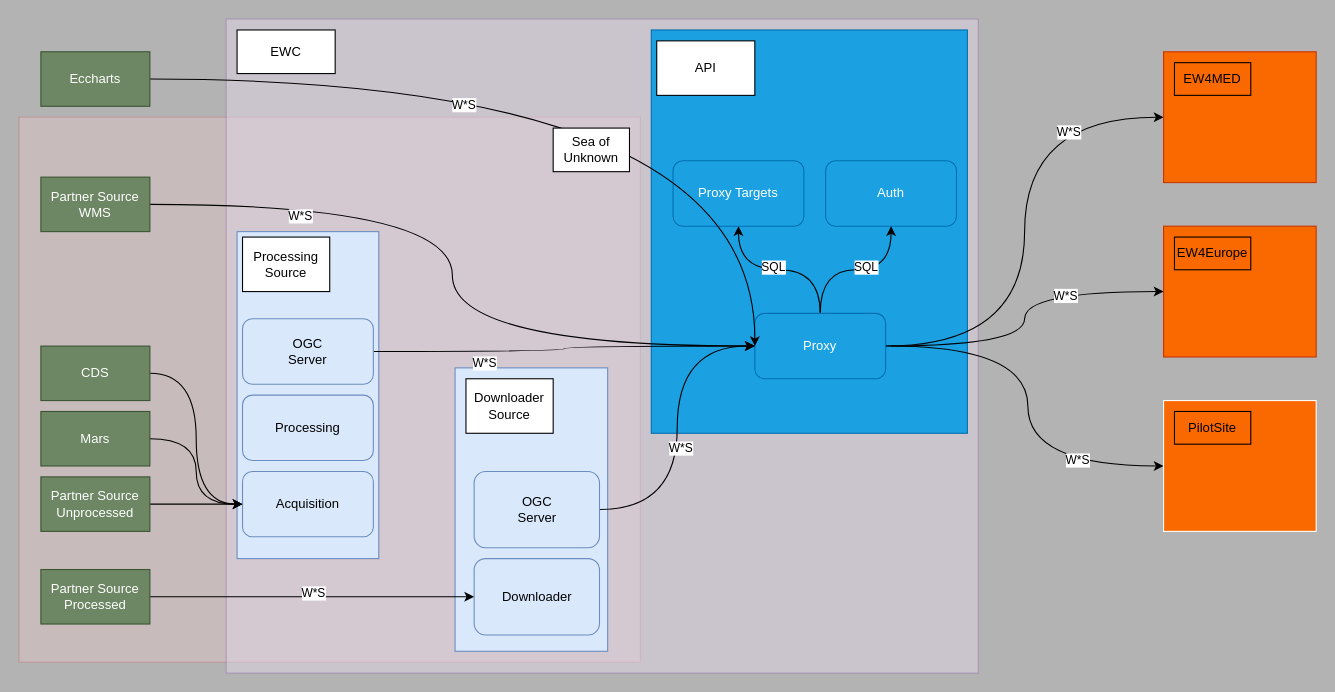
ec-snee/draw-io keeps this draw.io diagram as gobeyond-api.drawio. Above is the earlier version. Source tidied: cells renumbered, new cells numbered last; positions are measured from the earlier drawing's top-left corner, leaving out a move shared by most shapes. Both pictures are drawn from the tidied source at 109%, with x=0, y=0 at pixel (19, 19).
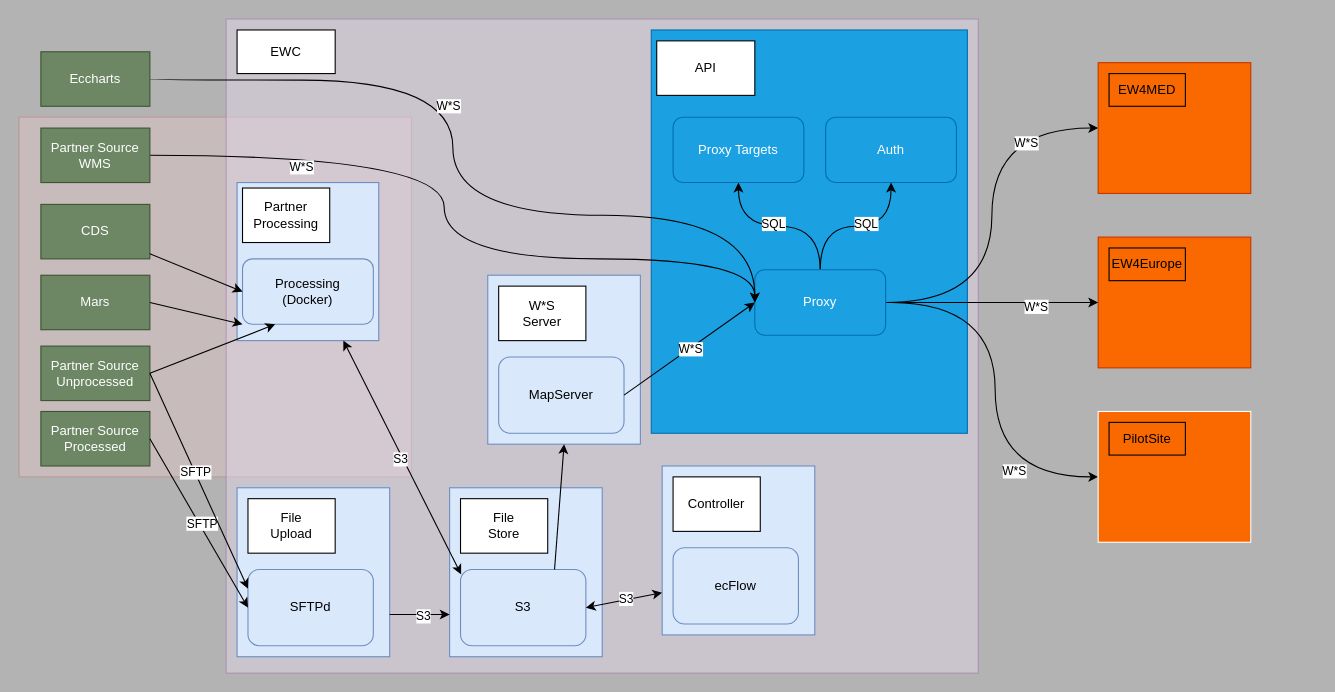
Above is the later version.

Diff of the diagram source:
```diff
@@
     <mxCell id="2" style="rounded=0;whiteSpace=wrap;html=1;opacity=30;fillColor=#f8cecc;strokeColor=#b85450;" parent="1" vertex="1">
-      <mxGeometry y="90" width="570" height="500" as="geometry" />
+      <mxGeometry y="90" width="360" height="330" as="geometry" />
     </mxCell>
@@
     <mxCell id="9" style="rounded=0;whiteSpace=wrap;html=1;fillColor=#fa6800;fontColor=#000000;strokeColor=#C73500;" parent="1" vertex="1">
-      <mxGeometry x="1050" y="30" width="140" height="120" as="geometry" />
+      <mxGeometry x="990" y="40" width="140" height="120" as="geometry" />
     </mxCell>
     <mxCell id="10" value="EW4MED" style="rounded=0;whiteSpace=wrap;html=1;fillColor=#fa6800;fontColor=#000000;strokeColor=#000000;" parent="1" vertex="1">
-      <mxGeometry x="1060" y="40" width="70" height="30" as="geometry" />
+      <mxGeometry x="1000" y="50" width="70" height="30" as="geometry" />
     </mxCell>
     <mxCell id="11" style="rounded=0;whiteSpace=wrap;html=1;fillColor=#fa6800;fontColor=#000000;strokeColor=#C73500;" parent="1" vertex="1">
-      <mxGeometry x="1050" y="190" width="140" height="120" as="geometry" />
+      <mxGeometry x="990" y="200" width="140" height="120" as="geometry" />
     </mxCell>
     <mxCell id="12" value="EW4Europe" style="rounded=0;whiteSpace=wrap;html=1;fillColor=#fa6800;fontColor=#000000;strokeColor=#000000;" parent="1" vertex="1">
-      <mxGeometry x="1060" y="200" width="70" height="30" as="geometry" />
+      <mxGeometry x="1000" y="210" width="70" height="30" as="geometry" />
     </mxCell>
     <mxCell id="13" style="edgeStyle=orthogonalEdgeStyle;rounded=0;jettySize=auto;html=1;entryX=0;entryY=0.5;entryDx=0;entryDy=0;curved=1;" parent="1" edge="1" target="15">
       <mxGeometry relative="1" as="geometry">
-        <mxPoint x="800" y="300" as="sourcePoint" />
+        <mxPoint x="800" y="260" as="sourcePoint" />
       </mxGeometry>
     </mxCell>
@@
     <mxCell id="15" style="rounded=0;whiteSpace=wrap;html=1;fillColor=#fa6800;fontColor=#000000;strokeColor=#FFFFFF;" parent="1" vertex="1">
-      <mxGeometry x="1050" y="350" width="140" height="120" as="geometry" />
+      <mxGeometry x="990" y="360" width="140" height="120" as="geometry" />
     </mxCell>
     <mxCell id="16" value="PilotSite" style="rounded=0;whiteSpace=wrap;html=1;fillColor=#fa6800;fontColor=#000000;strokeColor=#000000;" parent="1" vertex="1">
-      <mxGeometry x="1060" y="360" width="70" height="30" as="geometry" />
+      <mxGeometry x="1000" y="370" width="70" height="30" as="geometry" />
     </mxCell>
@@
     <mxCell id="19" value="Proxy Targets" style="rounded=1;whiteSpace=wrap;html=1;fillColor=#1ba1e2;fontColor=#ffffff;strokeColor=#006EAF;" parent="1" vertex="1">
-      <mxGeometry x="600" y="130" width="120" height="60" as="geometry" />
+      <mxGeometry x="600" y="90" width="120" height="60" as="geometry" />
     </mxCell>
     <mxCell id="20" value="Auth" style="rounded=1;whiteSpace=wrap;html=1;fillColor=#1ba1e2;fontColor=#ffffff;strokeColor=#006EAF;" parent="1" vertex="1">
-      <mxGeometry x="740" y="130" width="120" height="60" as="geometry" />
+      <mxGeometry x="740" y="90" width="120" height="60" as="geometry" />
     </mxCell>
@@
     <mxCell id="25" value="Proxy" style="rounded=1;whiteSpace=wrap;html=1;fillColor=#1ba1e2;fontColor=#ffffff;strokeColor=#006EAF;" parent="1" vertex="1">
-      <mxGeometry x="675" y="270" width="120" height="60" as="geometry" />
+      <mxGeometry x="675" y="230" width="120" height="60" as="geometry" />
     </mxCell>
     <mxCell id="26" style="rounded=0;whiteSpace=wrap;html=1;fillColor=#dae8fc;strokeColor=#6c8ebf;" parent="1" vertex="1">
-      <mxGeometry x="400" y="320" width="140" height="260" as="geometry" />
+      <mxGeometry x="395" y="430" width="140" height="155" as="geometry" />
     </mxCell>
-    <mxCell id="27" value="Downloader&lt;br&gt;Source" style="rounded=0;whiteSpace=wrap;html=1;" parent="1" vertex="1">
-      <mxGeometry x="410" y="330" width="80" height="50" as="geometry" />
+    <mxCell id="27" value="File&lt;br&gt;Store" style="rounded=0;whiteSpace=wrap;html=1;" parent="1" vertex="1">
+      <mxGeometry x="405" y="440" width="80" height="50" as="geometry" />
     </mxCell>
     <mxCell id="28" style="rounded=0;whiteSpace=wrap;html=1;fillColor=#dae8fc;strokeColor=#6c8ebf;" parent="1" vertex="1">
-      <mxGeometry x="200" y="195" width="130" height="300" as="geometry" />
+      <mxGeometry x="200" y="150" width="130" height="145" as="geometry" />
     </mxCell>
-    <mxCell id="29" style="edgeStyle=orthogonalEdgeStyle;rounded=0;jettySize=auto;html=1;exitX=1;exitY=0.5;exitDx=0;exitDy=0;entryX=0;entryY=0.5;entryDx=0;entryDy=0;curved=1;" parent="1" edge="1" source="31" target="25">
-      <mxGeometry relative="1" as="geometry" />
-    </mxCell>
-    <mxCell id="30" value="W*S" style="edgeLabel;html=1;align=center;verticalAlign=middle;" parent="29" vertex="1">
-      <mxGeometry x="-0.12" y="-2" relative="1" as="geometry">
-        <mxPoint x="1" y="1" as="offset" />
-      </mxGeometry>
-    </mxCell>
-    <mxCell id="31" value="OGC&lt;div&gt;Server&lt;/div&gt;" style="rounded=1;whiteSpace=wrap;html=1;fillColor=#dae8fc;strokeColor=#6c8ebf;" parent="1" vertex="1">
-      <mxGeometry x="417.5" y="415" width="115" height="70" as="geometry" />
+    <mxCell id="31" value="S3" style="rounded=1;whiteSpace=wrap;html=1;fillColor=#dae8fc;strokeColor=#6c8ebf;" parent="1" vertex="1">
+      <mxGeometry x="405" y="505" width="115" height="70" as="geometry" />
     </mxCell>
-    <mxCell id="32" value="Downloader" style="rounded=1;whiteSpace=wrap;html=1;fillColor=#dae8fc;strokeColor=#6c8ebf;" parent="1" vertex="1">
-      <mxGeometry x="417.5" y="495" width="115" height="70" as="geometry" />
-    </mxCell>
@@
-    <mxCell id="34" style="edgeStyle=orthogonalEdgeStyle;rounded=0;jettySize=auto;html=1;exitX=1;exitY=0.5;exitDx=0;exitDy=0;entryX=0;entryY=0.5;entryDx=0;entryDy=0;curved=1;" parent="1" edge="1" source="36" target="25">
-      <mxGeometry relative="1" as="geometry" />
-    </mxCell>
-    <mxCell id="35" value="W*S" style="edgeLabel;html=1;align=center;verticalAlign=middle;" parent="34" vertex="1">
-      <mxGeometry x="-0.43" y="-10" relative="1" as="geometry" />
-    </mxCell>
-    <mxCell id="36" value="OGC&lt;div&gt;Server&lt;/div&gt;" style="rounded=1;whiteSpace=wrap;html=1;fillColor=#dae8fc;strokeColor=#6c8ebf;" parent="1" vertex="1">
-      <mxGeometry x="205" y="275" width="120" height="60" as="geometry" />
-    </mxCell>
-    <mxCell id="37" value="Processing" style="rounded=1;whiteSpace=wrap;html=1;fillColor=#dae8fc;strokeColor=#6c8ebf;" parent="1" vertex="1">
-      <mxGeometry x="205" y="345" width="120" height="60" as="geometry" />
+    <mxCell id="37" value="Processing&lt;div&gt;(Docker)&lt;/div&gt;" style="rounded=1;whiteSpace=wrap;html=1;fillColor=#dae8fc;strokeColor=#6c8ebf;" parent="1" vertex="1">
+      <mxGeometry x="205" y="220" width="120" height="60" as="geometry" />
     </mxCell>
-    <mxCell id="38" value="Acquisition" style="rounded=1;whiteSpace=wrap;html=1;fillColor=#dae8fc;strokeColor=#6c8ebf;" parent="1" vertex="1">
-      <mxGeometry x="205" y="415" width="120" height="60" as="geometry" />
-    </mxCell>
-    <mxCell id="39" style="edgeStyle=orthogonalEdgeStyle;rounded=0;jettySize=auto;html=1;exitX=1;exitY=0.5;exitDx=0;exitDy=0;entryX=0;entryY=0.5;entryDx=0;entryDy=0;curved=1;" parent="1" edge="1" source="40" target="38">
-      <mxGeometry relative="1" as="geometry" />
-    </mxCell>
     <mxCell id="40" value="CDS" style="rounded=0;whiteSpace=wrap;html=1;fillColor=#6d8764;fontColor=#ffffff;strokeColor=#3A5431;" parent="1" vertex="1">
-      <mxGeometry x="20" y="300" width="100" height="50" as="geometry" />
+      <mxGeometry x="20" y="170" width="100" height="50" as="geometry" />
     </mxCell>
-    <mxCell id="41" style="edgeStyle=orthogonalEdgeStyle;rounded=0;jettySize=auto;html=1;exitX=1;exitY=0.5;exitDx=0;exitDy=0;entryX=0;entryY=0.5;entryDx=0;entryDy=0;curved=1;" parent="1" edge="1" source="42" target="38">
-      <mxGeometry relative="1" as="geometry" />
-    </mxCell>
     <mxCell id="42" value="Mars" style="rounded=0;whiteSpace=wrap;html=1;fillColor=#6d8764;fontColor=#ffffff;strokeColor=#3A5431;" parent="1" vertex="1">
-      <mxGeometry x="20" y="360" width="100" height="50" as="geometry" />
+      <mxGeometry x="20" y="235" width="100" height="50" as="geometry" />
     </mxCell>
-    <mxCell id="43" style="edgeStyle=orthogonalEdgeStyle;rounded=0;jettySize=auto;html=1;exitX=1;exitY=0.5;exitDx=0;exitDy=0;entryX=0;entryY=0.5;entryDx=0;entryDy=0;curved=1;" parent="1" edge="1" source="44" target="38">
-      <mxGeometry relative="1" as="geometry" />
-    </mxCell>
     <mxCell id="44" value="Partner Source&lt;div&gt;Unprocessed&lt;/div&gt;" style="rounded=0;whiteSpace=wrap;html=1;fillColor=#6d8764;fontColor=#ffffff;strokeColor=#3A5431;" parent="1" vertex="1">
-      <mxGeometry x="20" y="420" width="100" height="50" as="geometry" />
+      <mxGeometry x="20" y="300" width="100" height="50" as="geometry" />
     </mxCell>
-    <mxCell id="45" style="edgeStyle=orthogonalEdgeStyle;rounded=0;jettySize=auto;html=1;exitX=1;exitY=0.5;exitDx=0;exitDy=0;" parent="1" edge="1" source="47" target="32">
-      <mxGeometry relative="1" as="geometry" />
-    </mxCell>
-    <mxCell id="46" value="W*S" style="edgeLabel;html=1;align=center;verticalAlign=middle;" parent="45" vertex="1">
-      <mxGeometry y="4" relative="1" as="geometry" />
-    </mxCell>
     <mxCell id="47" value="Partner Source&lt;div&gt;Processed&lt;/div&gt;" style="rounded=0;whiteSpace=wrap;html=1;fillColor=#6d8764;fontColor=#ffffff;strokeColor=#3A5431;" parent="1" vertex="1">
-      <mxGeometry x="20" y="505" width="100" height="50" as="geometry" />
+      <mxGeometry x="20" y="360" width="100" height="50" as="geometry" />
     </mxCell>
     <mxCell id="48" style="edgeStyle=orthogonalEdgeStyle;rounded=0;jettySize=auto;html=1;exitX=1;exitY=0.5;exitDx=0;exitDy=0;curved=1;entryX=0;entryY=0.5;entryDx=0;entryDy=0;" parent="1" edge="1" source="50" target="25">
-      <mxGeometry relative="1" as="geometry" />
+      <mxGeometry relative="1" as="geometry">
+        <Array as="points">
+          <mxPoint x="390" y="125" />
+          <mxPoint x="390" y="220" />
+          <mxPoint x="675" y="220" />
+        </Array>
+      </mxGeometry>
     </mxCell>
@@
     <mxCell id="50" value="Partner Source&lt;br&gt;WMS" style="rounded=0;whiteSpace=wrap;html=1;fillColor=#6d8764;fontColor=#ffffff;strokeColor=#3A5431;" parent="1" vertex="1">
-      <mxGeometry x="20" y="145" width="100" height="50" as="geometry" />
+      <mxGeometry x="20" y="100" width="100" height="50" as="geometry" />
     </mxCell>
-    <mxCell id="51" style="edgeStyle=orthogonalEdgeStyle;rounded=0;orthogonalLoop=1;jettySize=auto;html=1;exitX=1;exitY=0.5;exitDx=0;exitDy=0;entryX=0;entryY=0.5;entryDx=0;entryDy=0;curved=1;" parent="1" edge="1">
+    <mxCell id="51" style="edgeStyle=orthogonalEdgeStyle;rounded=0;jettySize=auto;html=1;exitX=1;exitY=0.5;exitDx=0;exitDy=0;curved=1;entryX=0;entryY=0.5;entryDx=0;entryDy=0;" parent="1" edge="1" target="25">
       <mxGeometry relative="1" as="geometry">
         <mxPoint x="120" y="55" as="sourcePoint" />
-        <mxPoint x="675" y="300" as="targetPoint" />
+        <Array as="points">
+          <mxPoint x="120" y="56" />
+          <mxPoint x="398" y="56" />
+          <mxPoint x="398" y="180" />
+          <mxPoint x="675" y="180" />
+        </Array>
       </mxGeometry>
     </mxCell>
@@
-    <mxCell id="54" value="Sea of&lt;br&gt;Unknown" style="rounded=0;whiteSpace=wrap;html=1;strokeColor=#000000;" parent="1" vertex="1">
-      <mxGeometry x="490" y="100" width="70" height="40" as="geometry" />
-    </mxCell>
-    <mxCell id="55" value="Processing&lt;br&gt;Source" style="rounded=0;whiteSpace=wrap;html=1;" parent="1" vertex="1">
-      <mxGeometry x="205" y="200" width="80" height="50" as="geometry" />
+    <mxCell id="55" value="Partner&lt;div&gt;Processing&lt;br&gt;&lt;/div&gt;" style="rounded=0;whiteSpace=wrap;html=1;" parent="1" vertex="1">
+      <mxGeometry x="205" y="155" width="80" height="50" as="geometry" />
     </mxCell>
+    <mxCell id="56" style="rounded=0;whiteSpace=wrap;html=1;fillColor=#dae8fc;strokeColor=#6c8ebf;" parent="1" vertex="1">
+      <mxGeometry x="590" y="410" width="140" height="155" as="geometry" />
+    </mxCell>
+    <mxCell id="57" value="Controller" style="rounded=0;whiteSpace=wrap;html=1;" parent="1" vertex="1">
+      <mxGeometry x="600" y="420" width="80" height="50" as="geometry" />
+    </mxCell>
+    <mxCell id="58" value="&lt;div&gt;ecFlow&lt;/div&gt;" style="rounded=1;whiteSpace=wrap;html=1;fillColor=#dae8fc;strokeColor=#6c8ebf;" parent="1" vertex="1">
+      <mxGeometry x="600" y="485" width="115" height="70" as="geometry" />
+    </mxCell>
+    <mxCell id="59" style="rounded=0;whiteSpace=wrap;html=1;fillColor=#dae8fc;strokeColor=#6c8ebf;" parent="1" vertex="1">
+      <mxGeometry x="200" y="430" width="140" height="155" as="geometry" />
+    </mxCell>
+    <mxCell id="60" value="&lt;div&gt;File&lt;/div&gt;Upload" style="rounded=0;whiteSpace=wrap;html=1;" parent="1" vertex="1">
+      <mxGeometry x="210" y="440" width="80" height="50" as="geometry" />
+    </mxCell>
+    <mxCell id="61" value="SFTPd" style="rounded=1;whiteSpace=wrap;html=1;fillColor=#dae8fc;strokeColor=#6c8ebf;" parent="1" vertex="1">
+      <mxGeometry x="210" y="505" width="115" height="70" as="geometry" />
+    </mxCell>
+    <mxCell id="62" style="rounded=0;whiteSpace=wrap;html=1;fillColor=#dae8fc;strokeColor=#6c8ebf;" parent="1" vertex="1">
+      <mxGeometry x="430" y="235" width="140" height="155" as="geometry" />
+    </mxCell>
+    <mxCell id="63" value="W*S&lt;div&gt;&lt;/div&gt;&lt;div&gt;Server&lt;/div&gt;" style="rounded=0;whiteSpace=wrap;html=1;" parent="1" vertex="1">
+      <mxGeometry x="440" y="245" width="80" height="50" as="geometry" />
+    </mxCell>
+    <mxCell id="64" value="MapServer" style="rounded=1;whiteSpace=wrap;html=1;fillColor=#dae8fc;strokeColor=#6c8ebf;" parent="1" vertex="1">
+      <mxGeometry x="440" y="310" width="115" height="70" as="geometry" />
+    </mxCell>
+    <mxCell id="65" style="endArrow=classic;html=1;rounded=0;exitX=1;exitY=0.5;exitDx=0;exitDy=0;entryX=0;entryY=0.5;entryDx=0;entryDy=0;" parent="1" edge="1" source="47" target="61">
+      <mxGeometry relative="1" as="geometry" />
+    </mxCell>
+    <mxCell id="66" value="SFTP" style="edgeLabel;html=1;align=center;verticalAlign=middle;" parent="65" vertex="1">
+      <mxGeometry x="0.01" y="2" relative="1" as="geometry" />
+    </mxCell>
+    <mxCell id="67" style="endArrow=classic;html=1;rounded=0;exitX=1;exitY=0.75;exitDx=0;exitDy=0;entryX=0;entryY=0.75;entryDx=0;entryDy=0;" parent="1" edge="1" source="59" target="26">
+      <mxGeometry relative="1" as="geometry" />
+    </mxCell>
+    <mxCell id="68" value="S3" style="edgeLabel;html=1;align=center;verticalAlign=middle;" parent="67" vertex="1">
+      <mxGeometry x="0.1" y="-1" relative="1" as="geometry" />
+    </mxCell>
+    <mxCell id="69" style="endArrow=classic;startArrow=classic;html=1;rounded=0;exitX=0;exitY=0.75;exitDx=0;exitDy=0;entryX=1;entryY=0.5;entryDx=0;entryDy=0;" parent="1" edge="1" source="56" target="31">
+      <mxGeometry relative="1" as="geometry" />
+    </mxCell>
+    <mxCell id="70" value="S3" style="edgeLabel;html=1;align=center;verticalAlign=middle;" parent="69" vertex="1">
+      <mxGeometry x="-0.04" y="-1" relative="1" as="geometry" />
+    </mxCell>
+    <mxCell id="71" style="endArrow=classic;html=1;rounded=0;entryX=0;entryY=0.5;entryDx=0;entryDy=0;exitX=1;exitY=0.5;exitDx=0;exitDy=0;" parent="1" edge="1" source="64" target="25">
+      <mxGeometry relative="1" as="geometry" />
+    </mxCell>
+    <mxCell id="72" value="W*S" style="edgeLabel;html=1;align=center;verticalAlign=middle;" parent="71" vertex="1">
+      <mxGeometry x="0.01" relative="1" as="geometry" />
+    </mxCell>
+    <mxCell id="73" style="endArrow=classic;startArrow=classic;html=1;rounded=0;exitX=0.75;exitY=1;exitDx=0;exitDy=0;entryX=0.005;entryY=0.063;entryDx=0;entryDy=0;entryPerimeter=0;" parent="1" edge="1" source="28" target="31">
+      <mxGeometry relative="1" as="geometry" />
+    </mxCell>
+    <mxCell id="74" value="S3" style="edgeLabel;html=1;align=center;verticalAlign=middle;" parent="73" vertex="1">
+      <mxGeometry y="-2" relative="1" as="geometry" />
+    </mxCell>
+    <mxCell id="75" style="endArrow=classic;html=1;rounded=0;exitX=0.75;exitY=0;exitDx=0;exitDy=0;entryX=0.5;entryY=1;entryDx=0;entryDy=0;" parent="1" edge="1" source="31" target="62">
+      <mxGeometry relative="1" as="geometry" />
+    </mxCell>
+    <mxCell id="76" style="endArrow=classic;html=1;rounded=0;exitX=1;exitY=0.5;exitDx=0;exitDy=0;entryX=0.25;entryY=1;entryDx=0;entryDy=0;" parent="1" edge="1" source="44" target="37">
+      <mxGeometry relative="1" as="geometry" />
+    </mxCell>
+    <mxCell id="77" style="endArrow=classic;html=1;rounded=0;exitX=1;exitY=0.5;exitDx=0;exitDy=0;entryX=0;entryY=1;entryDx=0;entryDy=0;" parent="1" edge="1" source="42" target="37">
+      <mxGeometry relative="1" as="geometry" />
+    </mxCell>
+    <mxCell id="78" style="endArrow=classic;html=1;rounded=0;entryX=0;entryY=0.5;entryDx=0;entryDy=0;" parent="1" edge="1" source="40" target="37">
+      <mxGeometry relative="1" as="geometry" />
+    </mxCell>
+    <mxCell id="79" style="endArrow=classic;html=1;rounded=0;exitX=1;exitY=0.5;exitDx=0;exitDy=0;entryX=0;entryY=0.25;entryDx=0;entryDy=0;" parent="1" edge="1" source="44" target="61">
+      <mxGeometry relative="1" as="geometry" />
+    </mxCell>
+    <mxCell id="80" value="SFTP" style="edgeLabel;html=1;align=center;verticalAlign=middle;" parent="79" vertex="1">
+      <mxGeometry x="-0.08" relative="1" as="geometry" />
+    </mxCell>
```
